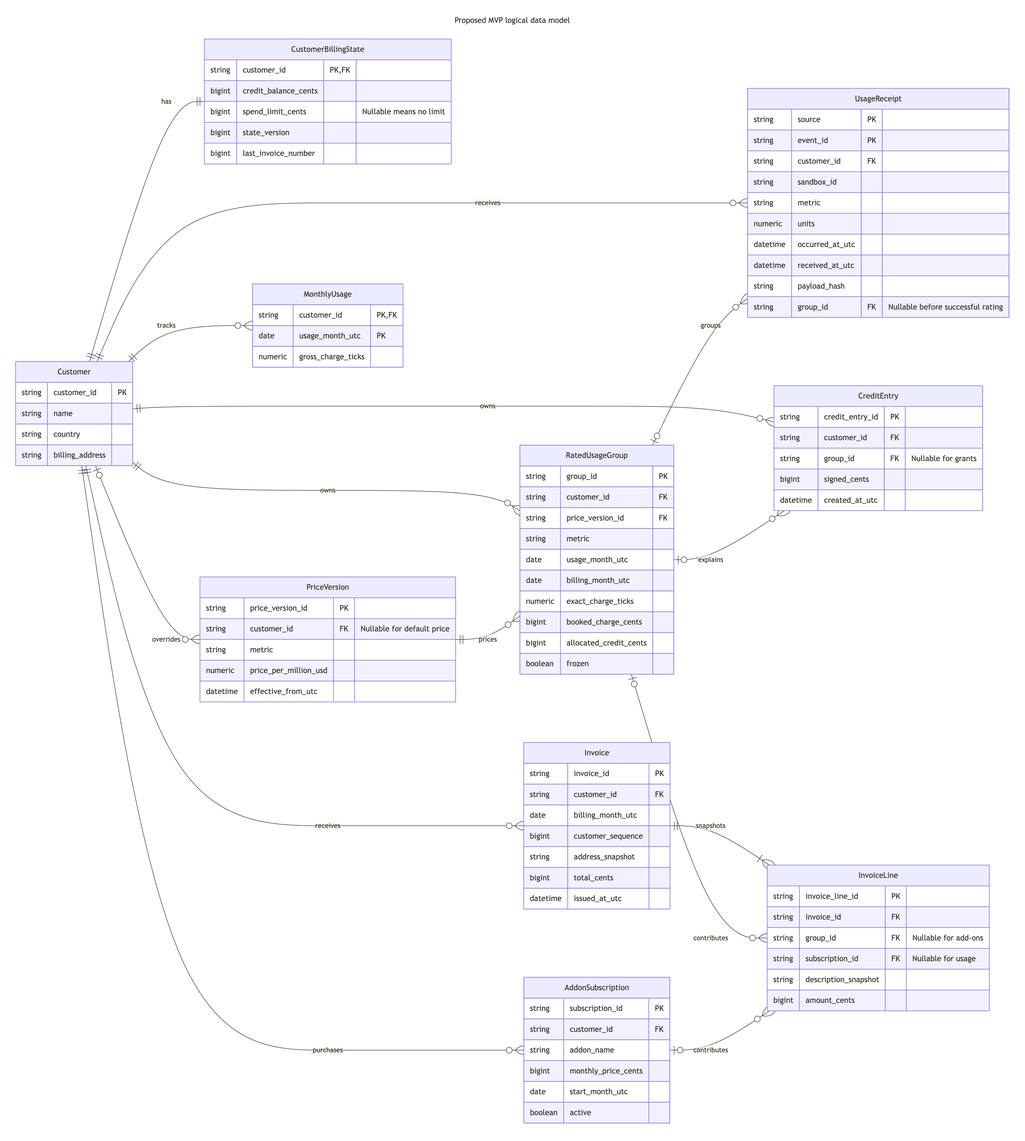
Before: docs/diagrams/data-model/data-model.png, a diagram exported from Mermaid (pupitooo/e2b-billing-api). Its source is kept beside it as docs/diagrams/data-model/data-model.mmd.
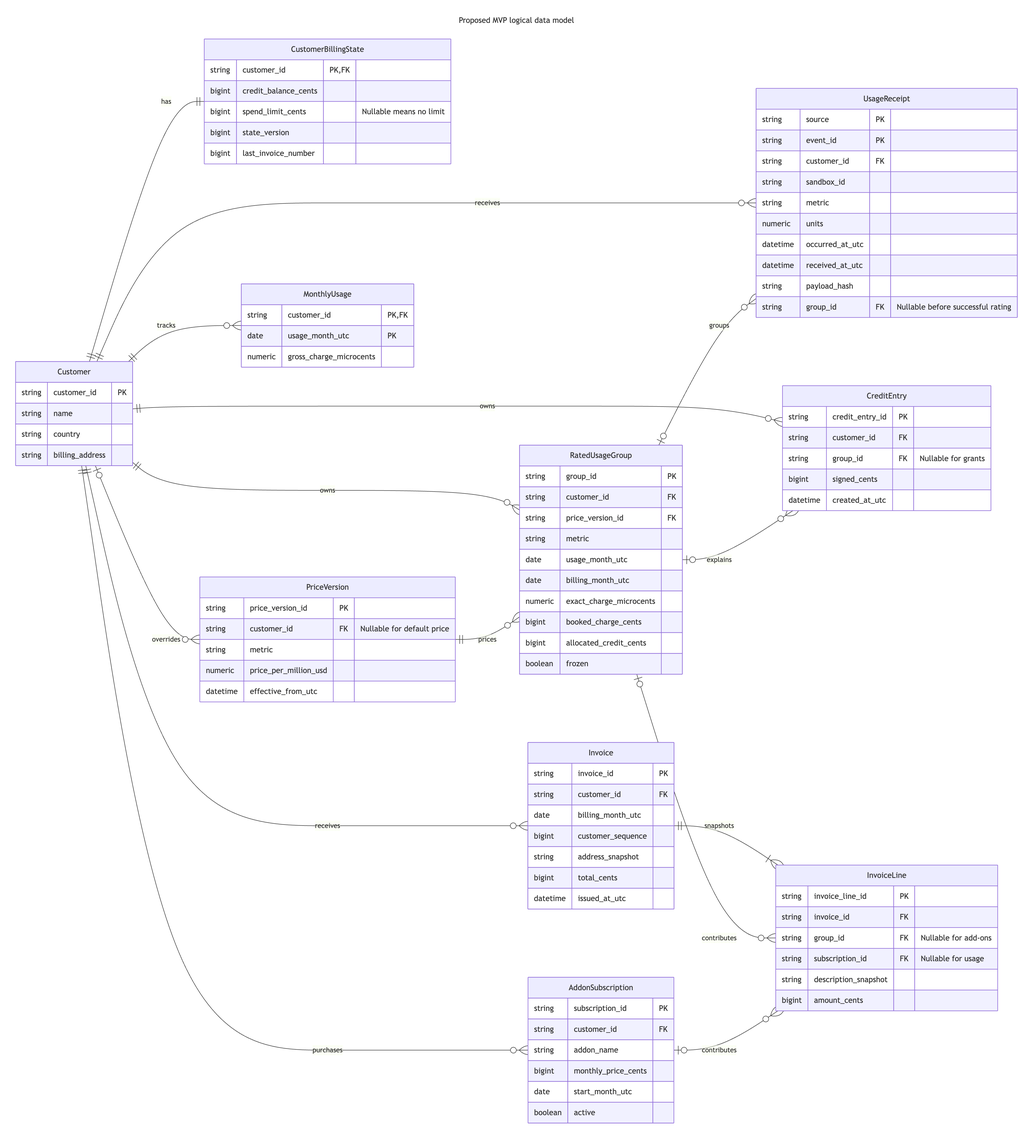
Later version of the same file.

The edit, as a diff of the source:
```diff
@@ -57,7 +57,7 @@
         string metric
         date usage_month_utc
         date billing_month_utc
-        numeric exact_charge_ticks
+        numeric exact_charge_microcents
         bigint booked_charge_cents
         bigint allocated_credit_cents
         boolean frozen
@@ -65,7 +65,7 @@
     MonthlyUsage {
         string customer_id PK,FK
         date usage_month_utc PK
-        numeric gross_charge_ticks
+        numeric gross_charge_microcents
     }
     CreditEntry {
         string credit_entry_id PK
```
